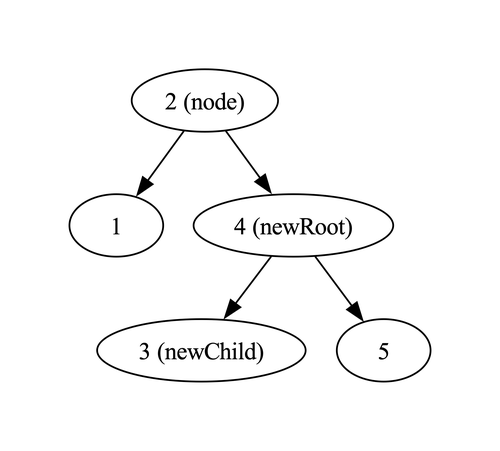
Before: Fw/DataStructures/docs/diagrams/rotateSubtree/initial.png, a diagram exported from Graphviz (nasa/fprime). Its source is kept beside it as Fw/DataStructures/docs/diagrams/rotateSubtree/initial.dot.
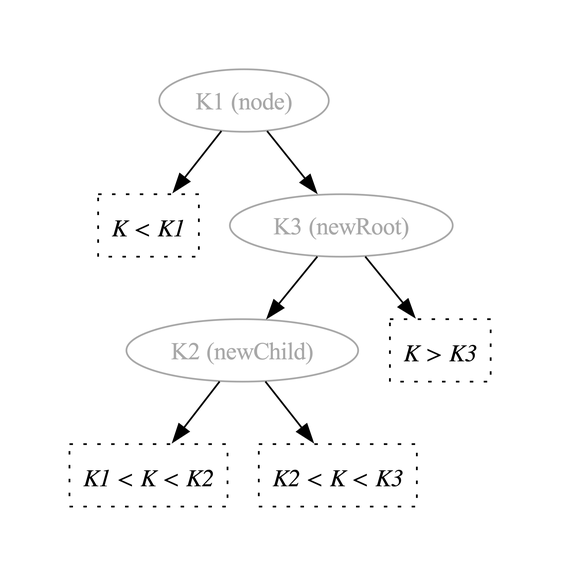
Later version of the same file.

Change to the diagram source:
```diff
@@ -1,12 +1,19 @@
 digraph {
 
-  2 -> 1
-  2 -> 4
-  4 -> 3
-  4 -> 5
+  K1 -> LTK1
+  K1 -> K3
+  K3 -> K2
+  K3 -> GTK3
+  K2 -> LTK2GTK1
+  K2 -> GTK2LTK3
 
-  2 [label="2 (node)"]
-  4 [label="4 (newRoot)"]
-  3 [label="3 (newChild)"]
+  K1 [label="K1 (node)",color="darkgray",fontcolor="darkgray"]
+  K3 [label="K3 (newRoot)",color="darkgray",fontcolor="darkgray"]
+  K2 [label="K2 (newChild)",color="darkgray",fontcolor="darkgray"]
+
+  LTK1 [shape="box",label="K < K1",style="dotted",fontname="Italic"]
+  GTK3 [shape="box",label="K > K3",style="dotted",fontname="Italic"]
+  LTK2GTK1 [shape="box",label="K1 < K < K2",style="dotted",fontname="Italic"]
+  GTK2LTK3 [shape="box",label="K2 < K < K3",style="dotted",fontname="Italic"]
 
 }
```
